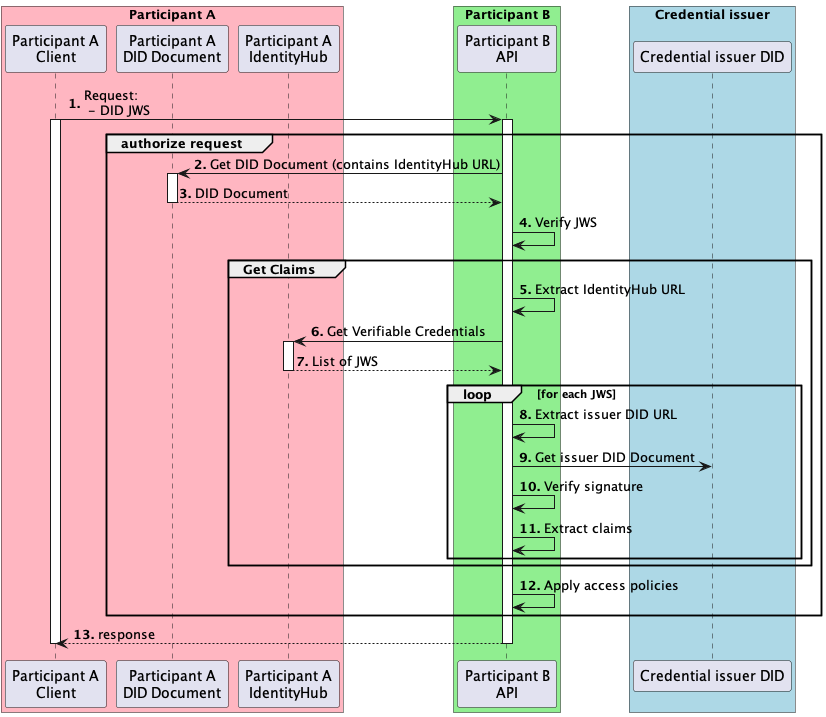
The PlantUML diagram docs/developer/decision-records/2022-07-01-get-claims/apply-policies-flow.png in eclipse-edc/IdentityHub, before a commit.
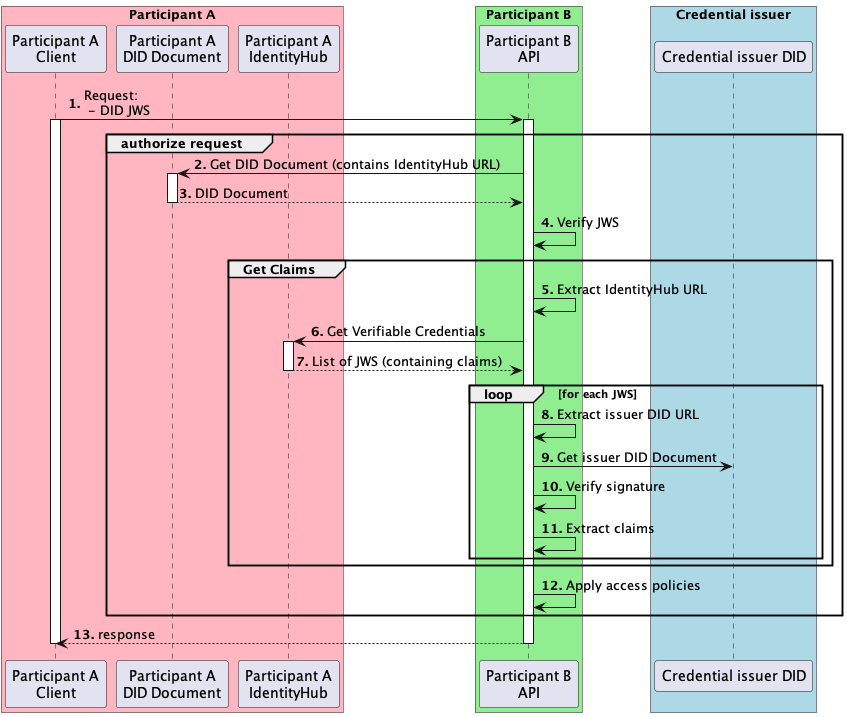
Later version of the same file.

Commit message:
Make it clearer that JWS contain claims.

What changed in the source:
```diff
@@ -20,7 +20,7 @@
   group Get Claims
   B -> B: Extract IdentityHub URL
   B -> IDHUB ++: Get Verifiable Credentials
-  return List of JWS
+  return List of JWS (containing claims)
   loop for each JWS
   B -> B: Extract issuer DID URL
   B -> ISSUER: Get issuer DID Document
```
